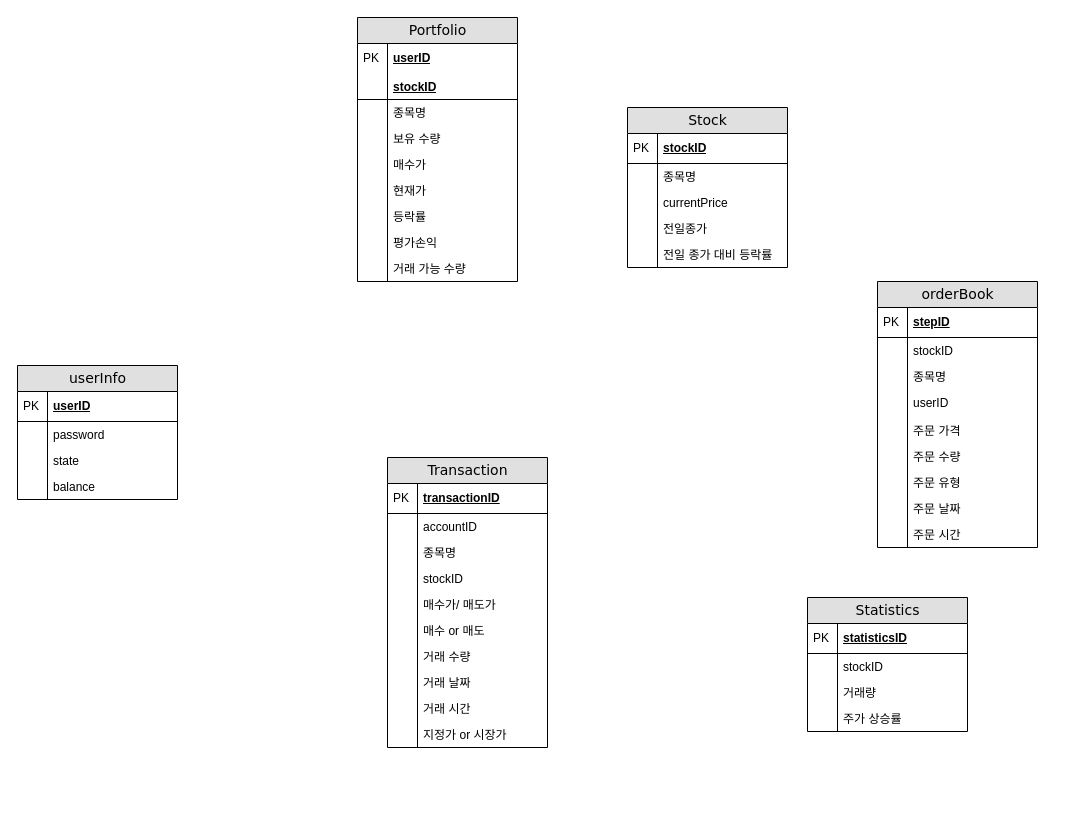
This is 제목 없는 다이어그램.drawio from juri1135/DBMS_2024, a draw.io file, before an edit. Source tidied: cells renumbered, new cells numbered last; positions are measured from the earlier drawing's top-left corner, leaving out a move shared by most shapes. Both pictures are drawn from the tidied source at 100%, with x=0, y=0 at pixel (17, 17).
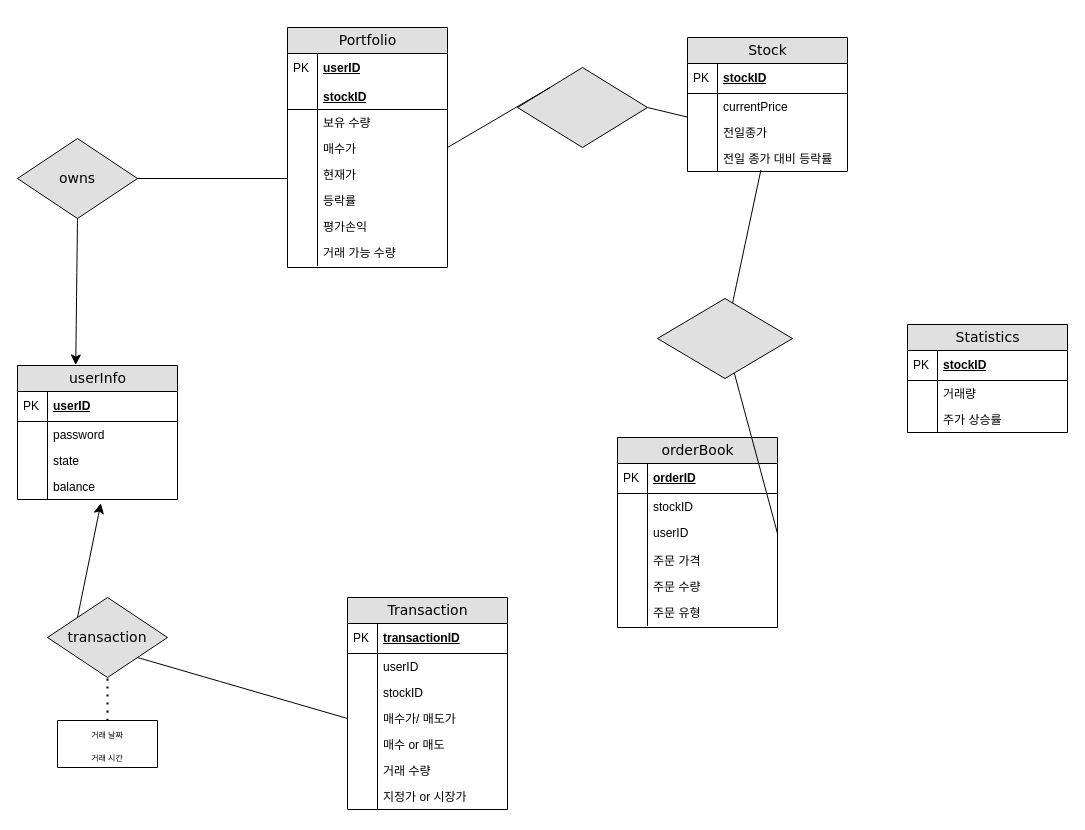
Above is the later version.

Commit message (it also covers changes not shown here):
제목 없는 다이어그램.drawio 업데이트

Unchanged cells that the change refers to:
```xml
<mxCell id="81" value="userInfo" style="swimlane;html=1;fontStyle=0;horizontal=1;startSize=26;fillColor=#e0e0e0;swimlaneFillColor=#ffffff;align=center;rounded=0;shadow=0;comic=0;labelBackgroundColor=none;strokeWidth=1;fontFamily=Verdana;fontSize=14;" parent="1" vertex="1">
  <mxGeometry y="348" width="160" height="134" as="geometry" />
</mxCell>
<mxCell id="88" value="balance" style="shape=partialRectangle;top=0;left=0;right=0;bottom=0;html=1;align=left;verticalAlign=top;fillColor=none;spacingLeft=34;spacingRight=4;whiteSpace=wrap;overflow=hidden;points=[[0,0.5],[1,0.5]];portConstraint=eastwest;" parent="81" vertex="1">
  <mxGeometry y="108" width="160" height="26" as="geometry" />
</mxCell>
```

Change to the diagram source:
```diff
@@
     <mxCell id="2" value="Portfolio" style="swimlane;html=1;fontStyle=0;horizontal=1;startSize=26;fillColor=#e0e0e0;swimlaneFillColor=#ffffff;align=center;rounded=0;shadow=0;comic=0;labelBackgroundColor=none;strokeWidth=1;fontFamily=Verdana;fontSize=14;" parent="1" vertex="1">
-      <mxGeometry x="340" width="160" height="264" as="geometry" />
+      <mxGeometry x="270" y="10" width="160" height="240" as="geometry" />
     </mxCell>
@@
-    <mxCell id="7" value="종목명" style="shape=partialRectangle;top=0;left=0;right=0;bottom=0;html=1;align=left;verticalAlign=top;fillColor=none;spacingLeft=34;spacingRight=4;whiteSpace=wrap;overflow=hidden;" parent="2" vertex="1">
-      <mxGeometry y="82" width="160" height="26" as="geometry" />
-    </mxCell>
-    <mxCell id="8" style="shape=partialRectangle;top=0;left=0;bottom=0;html=1;fillColor=none;align=left;verticalAlign=top;spacingLeft=4;spacingRight=4;whiteSpace=wrap;overflow=hidden;" parent="7" vertex="1">
-      <mxGeometry width="30" height="26" as="geometry" />
-    </mxCell>
     <mxCell id="9" value="보유 수량" style="shape=partialRectangle;top=0;left=0;right=0;bottom=0;html=1;align=left;verticalAlign=top;fillColor=none;spacingLeft=34;spacingRight=4;whiteSpace=wrap;overflow=hidden;" parent="2" vertex="1">
-      <mxGeometry y="108" width="160" height="26" as="geometry" />
+      <mxGeometry y="82" width="160" height="26" as="geometry" />
     </mxCell>
@@
     <mxCell id="11" value="매수가" style="shape=partialRectangle;top=0;left=0;right=0;bottom=0;html=1;align=left;verticalAlign=top;fillColor=none;spacingLeft=34;spacingRight=4;whiteSpace=wrap;overflow=hidden;" parent="2" vertex="1">
-      <mxGeometry y="134" width="160" height="26" as="geometry" />
+      <mxGeometry y="108" width="160" height="26" as="geometry" />
     </mxCell>
@@
     <mxCell id="13" value="현재가" style="shape=partialRectangle;top=0;left=0;right=0;bottom=0;html=1;align=left;verticalAlign=top;fillColor=none;spacingLeft=34;spacingRight=4;whiteSpace=wrap;overflow=hidden;" parent="2" vertex="1">
-      <mxGeometry y="160" width="160" height="26" as="geometry" />
+      <mxGeometry y="134" width="160" height="26" as="geometry" />
     </mxCell>
@@
     <mxCell id="15" value="등락률" style="shape=partialRectangle;top=0;left=0;right=0;bottom=0;html=1;align=left;verticalAlign=top;fillColor=none;spacingLeft=34;spacingRight=4;whiteSpace=wrap;overflow=hidden;" parent="2" vertex="1">
-      <mxGeometry y="186" width="160" height="26" as="geometry" />
+      <mxGeometry y="160" width="160" height="26" as="geometry" />
     </mxCell>
@@
     <mxCell id="17" value="평가손익" style="shape=partialRectangle;top=0;left=0;right=0;bottom=0;html=1;align=left;verticalAlign=top;fillColor=none;spacingLeft=34;spacingRight=4;whiteSpace=wrap;overflow=hidden;" parent="2" vertex="1">
-      <mxGeometry y="212" width="160" height="26" as="geometry" />
+      <mxGeometry y="186" width="160" height="26" as="geometry" />
     </mxCell>
@@
     <mxCell id="19" value="거래 가능 수량" style="shape=partialRectangle;top=0;left=0;right=0;bottom=0;html=1;align=left;verticalAlign=top;fillColor=none;spacingLeft=34;spacingRight=4;whiteSpace=wrap;overflow=hidden;" parent="2" vertex="1">
-      <mxGeometry y="238" width="160" height="26" as="geometry" />
+      <mxGeometry y="212" width="160" height="26" as="geometry" />
     </mxCell>
@@
     <mxCell id="21" value="Transaction" style="swimlane;html=1;fontStyle=0;horizontal=1;startSize=26;fillColor=#e0e0e0;swimlaneFillColor=#ffffff;align=center;rounded=0;shadow=0;comic=0;labelBackgroundColor=none;strokeWidth=1;fontFamily=Verdana;fontSize=14;" parent="1" vertex="1">
-      <mxGeometry x="370" y="440" width="160" height="290" as="geometry" />
+      <mxGeometry x="330" y="580" width="160" height="212" as="geometry" />
     </mxCell>
@@
-    <mxCell id="24" value="accountID" style="shape=partialRectangle;top=0;left=0;right=0;bottom=0;html=1;align=left;verticalAlign=top;fillColor=none;spacingLeft=34;spacingRight=4;whiteSpace=wrap;overflow=hidden;" parent="21" vertex="1">
+    <mxCell id="24" value="userID" style="shape=partialRectangle;top=0;left=0;right=0;bottom=0;html=1;align=left;verticalAlign=top;fillColor=none;spacingLeft=34;spacingRight=4;whiteSpace=wrap;overflow=hidden;" parent="21" vertex="1">
       <mxGeometry y="56" width="160" height="26" as="geometry" />
     </mxCell>
@@
-    <mxCell id="26" value="종목명" style="shape=partialRectangle;top=0;left=0;right=0;bottom=0;html=1;align=left;verticalAlign=top;fillColor=none;spacingLeft=34;spacingRight=4;whiteSpace=wrap;overflow=hidden;" parent="21" vertex="1">
-      <mxGeometry y="82" width="160" height="26" as="geometry" />
-    </mxCell>
-    <mxCell id="27" style="shape=partialRectangle;top=0;left=0;bottom=0;html=1;fillColor=none;align=left;verticalAlign=top;spacingLeft=4;spacingRight=4;whiteSpace=wrap;overflow=hidden;" parent="26" vertex="1">
-      <mxGeometry width="30" height="26" as="geometry" />
-    </mxCell>
     <mxCell id="28" value="stockID" style="shape=partialRectangle;top=0;left=0;right=0;bottom=0;html=1;align=left;verticalAlign=top;fillColor=none;spacingLeft=34;spacingRight=4;whiteSpace=wrap;overflow=hidden;" parent="21" vertex="1">
-      <mxGeometry y="108" width="160" height="26" as="geometry" />
+      <mxGeometry y="82" width="160" height="26" as="geometry" />
     </mxCell>
@@
     <mxCell id="30" value="매수가/ 매도가" style="shape=partialRectangle;top=0;left=0;right=0;bottom=0;html=1;align=left;verticalAlign=top;fillColor=none;spacingLeft=34;spacingRight=4;whiteSpace=wrap;overflow=hidden;points=[[0,0.5],[1,0.5]];portConstraint=eastwest;" parent="21" vertex="1">
-      <mxGeometry y="134" width="160" height="26" as="geometry" />
+      <mxGeometry y="108" width="160" height="26" as="geometry" />
     </mxCell>
@@
     <mxCell id="32" value="매수 or 매도" style="shape=partialRectangle;top=0;left=0;right=0;bottom=0;html=1;align=left;verticalAlign=top;fillColor=none;spacingLeft=34;spacingRight=4;whiteSpace=wrap;overflow=hidden;" parent="21" vertex="1">
-      <mxGeometry y="160" width="160" height="26" as="geometry" />
+      <mxGeometry y="134" width="160" height="26" as="geometry" />
     </mxCell>
@@
     <mxCell id="34" value="거래 수량" style="shape=partialRectangle;top=0;left=0;right=0;bottom=0;html=1;align=left;verticalAlign=top;fillColor=none;spacingLeft=34;spacingRight=4;whiteSpace=wrap;overflow=hidden;" parent="21" vertex="1">
-      <mxGeometry y="186" width="160" height="26" as="geometry" />
+      <mxGeometry y="160" width="160" height="26" as="geometry" />
     </mxCell>
@@
-    <mxCell id="36" value="거래 날짜" style="shape=partialRectangle;top=0;left=0;right=0;bottom=0;html=1;align=left;verticalAlign=top;fillColor=none;spacingLeft=34;spacingRight=4;whiteSpace=wrap;overflow=hidden;points=[[0,0.5],[1,0.5]];portConstraint=eastwest;" parent="21" vertex="1">
-      <mxGeometry y="212" width="160" height="26" as="geometry" />
-    </mxCell>
-    <mxCell id="37" style="shape=partialRectangle;top=0;left=0;bottom=0;html=1;fillColor=none;align=left;verticalAlign=top;spacingLeft=4;spacingRight=4;whiteSpace=wrap;overflow=hidden;" parent="36" vertex="1">
-      <mxGeometry width="30" height="26" as="geometry" />
-    </mxCell>
-    <mxCell id="38" value="거래 시간" style="shape=partialRectangle;top=0;left=0;right=0;bottom=0;html=1;align=left;verticalAlign=top;fillColor=none;spacingLeft=34;spacingRight=4;whiteSpace=wrap;overflow=hidden;" parent="21" vertex="1">
-      <mxGeometry y="238" width="160" height="26" as="geometry" />
-    </mxCell>
-    <mxCell id="39" style="shape=partialRectangle;top=0;left=0;bottom=0;html=1;fillColor=none;align=left;verticalAlign=top;spacingLeft=4;spacingRight=4;whiteSpace=wrap;overflow=hidden;" parent="38" vertex="1">
-      <mxGeometry width="30" height="26" as="geometry" />
-    </mxCell>
     <mxCell id="40" value="지정가 or 시장가" style="shape=partialRectangle;top=0;left=0;right=0;bottom=0;html=1;align=left;verticalAlign=top;fillColor=none;spacingLeft=34;spacingRight=4;whiteSpace=wrap;overflow=hidden;" parent="21" vertex="1">
-      <mxGeometry y="264" width="160" height="26" as="geometry" />
+      <mxGeometry y="186" width="160" height="26" as="geometry" />
     </mxCell>
@@
     <mxCell id="42" value="orderBook" style="swimlane;html=1;fontStyle=0;horizontal=1;startSize=26;fillColor=#e0e0e0;swimlaneFillColor=#ffffff;align=center;rounded=0;shadow=0;comic=0;labelBackgroundColor=none;strokeWidth=1;fontFamily=Verdana;fontSize=14;" parent="1" vertex="1">
-      <mxGeometry x="860" y="264" width="160" height="266" as="geometry" />
+      <mxGeometry x="600" y="420" width="160" height="190" as="geometry" />
     </mxCell>
-    <mxCell id="43" value="stepID" style="shape=partialRectangle;top=0;left=0;right=0;bottom=1;html=1;align=left;verticalAlign=middle;fillColor=none;spacingLeft=34;spacingRight=4;whiteSpace=wrap;overflow=hidden;fontStyle=5;" parent="42" vertex="1">
+    <mxCell id="43" value="orderID" style="shape=partialRectangle;top=0;left=0;right=0;bottom=1;html=1;align=left;verticalAlign=middle;fillColor=none;spacingLeft=34;spacingRight=4;whiteSpace=wrap;overflow=hidden;fontStyle=5;" parent="42" vertex="1">
       <mxGeometry y="26" width="160" height="30" as="geometry" />
     </mxCell>
@@
-    <mxCell id="47" value="종목명" style="shape=partialRectangle;top=0;left=0;right=0;bottom=0;html=1;align=left;verticalAlign=top;fillColor=none;spacingLeft=34;spacingRight=4;whiteSpace=wrap;overflow=hidden;" parent="42" vertex="1">
-      <mxGeometry y="82" width="160" height="26" as="geometry" />
-    </mxCell>
-    <mxCell id="48" style="shape=partialRectangle;top=0;left=0;bottom=0;html=1;fillColor=none;align=left;verticalAlign=top;spacingLeft=4;spacingRight=4;whiteSpace=wrap;overflow=hidden;" parent="47" vertex="1">
-      <mxGeometry width="30" height="26" as="geometry" />
-    </mxCell>
     <mxCell id="49" value="userID" style="shape=partialRectangle;top=0;left=0;right=0;bottom=0;html=1;align=left;verticalAlign=top;fillColor=none;spacingLeft=34;spacingRight=4;whiteSpace=wrap;overflow=hidden;points=[[0,0.5],[1,0.5]];portConstraint=eastwest;" parent="42" vertex="1">
-      <mxGeometry y="108" width="160" height="28" as="geometry" />
+      <mxGeometry y="82" width="160" height="28" as="geometry" />
     </mxCell>
@@
     <mxCell id="51" value="주문 가격" style="shape=partialRectangle;top=0;left=0;right=0;bottom=0;html=1;align=left;verticalAlign=top;fillColor=none;spacingLeft=34;spacingRight=4;whiteSpace=wrap;overflow=hidden;" parent="42" vertex="1">
-      <mxGeometry y="136" width="160" height="26" as="geometry" />
+      <mxGeometry y="110" width="160" height="26" as="geometry" />
     </mxCell>
@@
     <mxCell id="53" value="주문 수량" style="shape=partialRectangle;top=0;left=0;right=0;bottom=0;html=1;align=left;verticalAlign=top;fillColor=none;spacingLeft=34;spacingRight=4;whiteSpace=wrap;overflow=hidden;" parent="42" vertex="1">
-      <mxGeometry y="162" width="160" height="26" as="geometry" />
+      <mxGeometry y="136" width="160" height="26" as="geometry" />
     </mxCell>
@@
     <mxCell id="55" value="주문 유형" style="shape=partialRectangle;top=0;left=0;right=0;bottom=0;html=1;align=left;verticalAlign=top;fillColor=none;spacingLeft=34;spacingRight=4;whiteSpace=wrap;overflow=hidden;" parent="42" vertex="1">
-      <mxGeometry y="188" width="160" height="26" as="geometry" />
+      <mxGeometry y="162" width="160" height="26" as="geometry" />
     </mxCell>
@@
-    <mxCell id="57" value="주문 날짜" style="shape=partialRectangle;top=0;left=0;right=0;bottom=0;html=1;align=left;verticalAlign=top;fillColor=none;spacingLeft=34;spacingRight=4;whiteSpace=wrap;overflow=hidden;" parent="42" vertex="1">
-      <mxGeometry y="214" width="160" height="26" as="geometry" />
-    </mxCell>
-    <mxCell id="58" style="shape=partialRectangle;top=0;left=0;bottom=0;html=1;fillColor=none;align=left;verticalAlign=top;spacingLeft=4;spacingRight=4;whiteSpace=wrap;overflow=hidden;" parent="57" vertex="1">
-      <mxGeometry width="30" height="26" as="geometry" />
-    </mxCell>
-    <mxCell id="59" value="주문 시간" style="shape=partialRectangle;top=0;left=0;right=0;bottom=0;html=1;align=left;verticalAlign=top;fillColor=none;spacingLeft=34;spacingRight=4;whiteSpace=wrap;overflow=hidden;" parent="42" vertex="1">
-      <mxGeometry y="240" width="160" height="26" as="geometry" />
-    </mxCell>
-    <mxCell id="60" style="shape=partialRectangle;top=0;left=0;bottom=0;html=1;fillColor=none;align=left;verticalAlign=top;spacingLeft=4;spacingRight=4;whiteSpace=wrap;overflow=hidden;" parent="59" vertex="1">
-      <mxGeometry width="30" height="26" as="geometry" />
-    </mxCell>
     <mxCell id="61" value="Stock" style="swimlane;html=1;fontStyle=0;horizontal=1;startSize=26;fillColor=#e0e0e0;swimlaneFillColor=#ffffff;align=center;rounded=0;shadow=0;comic=0;labelBackgroundColor=none;strokeWidth=1;fontFamily=Verdana;fontSize=14;" parent="1" vertex="1">
-      <mxGeometry x="610" y="90" width="160" height="160" as="geometry" />
+      <mxGeometry x="670" y="20" width="160" height="134" as="geometry" />
     </mxCell>
@@
-    <mxCell id="64" value="종목명" style="shape=partialRectangle;top=0;left=0;right=0;bottom=0;html=1;align=left;verticalAlign=top;fillColor=none;spacingLeft=34;spacingRight=4;whiteSpace=wrap;overflow=hidden;" parent="61" vertex="1">
-      <mxGeometry y="56" width="160" height="26" as="geometry" />
-    </mxCell>
-    <mxCell id="65" style="shape=partialRectangle;top=0;left=0;bottom=0;html=1;fillColor=none;align=left;verticalAlign=top;spacingLeft=4;spacingRight=4;whiteSpace=wrap;overflow=hidden;" parent="64" vertex="1">
-      <mxGeometry width="30" height="26" as="geometry" />
-    </mxCell>
     <mxCell id="66" value="currentPrice" style="shape=partialRectangle;top=0;left=0;right=0;bottom=0;html=1;align=left;verticalAlign=top;fillColor=none;spacingLeft=34;spacingRight=4;whiteSpace=wrap;overflow=hidden;" parent="61" vertex="1">
-      <mxGeometry y="82" width="160" height="26" as="geometry" />
+      <mxGeometry y="56" width="160" height="26" as="geometry" />
     </mxCell>
@@
     <mxCell id="68" value="전일종가" style="shape=partialRectangle;top=0;left=0;right=0;bottom=0;html=1;align=left;verticalAlign=top;fillColor=none;spacingLeft=34;spacingRight=4;whiteSpace=wrap;overflow=hidden;" parent="61" vertex="1">
-      <mxGeometry y="108" width="160" height="26" as="geometry" />
+      <mxGeometry y="82" width="160" height="26" as="geometry" />
     </mxCell>
@@
     <mxCell id="70" value="전일 종가 대비 등락률" style="shape=partialRectangle;top=0;left=0;right=0;bottom=0;html=1;align=left;verticalAlign=top;fillColor=none;spacingLeft=34;spacingRight=4;whiteSpace=wrap;overflow=hidden;points=[[0,0.5],[1,0.5]];portConstraint=eastwest;" parent="61" vertex="1">
-      <mxGeometry y="134" width="160" height="26" as="geometry" />
+      <mxGeometry y="108" width="160" height="26" as="geometry" />
     </mxCell>
@@
     <mxCell id="72" value="Statistics" style="swimlane;html=1;fontStyle=0;horizontal=1;startSize=26;fillColor=#e0e0e0;swimlaneFillColor=#ffffff;align=center;rounded=0;shadow=0;comic=0;labelBackgroundColor=none;strokeWidth=1;fontFamily=Verdana;fontSize=14;" parent="1" vertex="1">
-      <mxGeometry x="790" y="580" width="160" height="134" as="geometry" />
+      <mxGeometry x="890" y="307" width="160" height="108" as="geometry" />
     </mxCell>
-    <mxCell id="73" value="statisticsID" style="shape=partialRectangle;top=0;left=0;right=0;bottom=1;html=1;align=left;verticalAlign=middle;fillColor=none;spacingLeft=34;spacingRight=4;whiteSpace=wrap;overflow=hidden;fontStyle=5;" parent="72" vertex="1">
+    <mxCell id="73" value="stockID" style="shape=partialRectangle;top=0;left=0;right=0;bottom=1;html=1;align=left;verticalAlign=middle;fillColor=none;spacingLeft=34;spacingRight=4;whiteSpace=wrap;overflow=hidden;fontStyle=5;" parent="72" vertex="1">
       <mxGeometry y="26" width="160" height="30" as="geometry" />
     </mxCell>
@@
-    <mxCell id="75" value="stockID" style="shape=partialRectangle;top=0;left=0;right=0;bottom=0;html=1;align=left;verticalAlign=top;fillColor=none;spacingLeft=34;spacingRight=4;whiteSpace=wrap;overflow=hidden;" parent="72" vertex="1">
-      <mxGeometry y="56" width="160" height="26" as="geometry" />
-    </mxCell>
-    <mxCell id="76" style="shape=partialRectangle;top=0;left=0;bottom=0;html=1;fillColor=none;align=left;verticalAlign=top;spacingLeft=4;spacingRight=4;whiteSpace=wrap;overflow=hidden;" parent="75" vertex="1">
-      <mxGeometry width="30" height="26" as="geometry" />
-    </mxCell>
     <mxCell id="77" value="거래량" style="shape=partialRectangle;top=0;left=0;right=0;bottom=0;html=1;align=left;verticalAlign=top;fillColor=none;spacingLeft=34;spacingRight=4;whiteSpace=wrap;overflow=hidden;" parent="72" vertex="1">
-      <mxGeometry y="82" width="160" height="26" as="geometry" />
+      <mxGeometry y="56" width="160" height="26" as="geometry" />
     </mxCell>
@@
     <mxCell id="79" value="주가 상승률" style="shape=partialRectangle;top=0;left=0;right=0;bottom=0;html=1;align=left;verticalAlign=top;fillColor=none;spacingLeft=34;spacingRight=4;whiteSpace=wrap;overflow=hidden;" parent="72" vertex="1">
-      <mxGeometry y="108" width="160" height="26" as="geometry" />
+      <mxGeometry y="82" width="160" height="26" as="geometry" />
     </mxCell>
@@
+    <mxCell id="90" style="edgeStyle=none;curved=1;rounded=0;jettySize=auto;html=1;exitX=0.5;exitY=1;exitDx=0;exitDy=0;fontSize=12;startSize=8;endSize=8;entryX=0.364;entryY=-0.004;entryDx=0;entryDy=0;entryPerimeter=0;" parent="1" edge="1" source="91" target="81">
+      <mxGeometry relative="1" as="geometry" />
+    </mxCell>
+    <mxCell id="91" value="owns" style="rhombus;whiteSpace=wrap;html=1;fontSize=14;fontFamily=Verdana;fillColor=#e0e0e0;fontStyle=0;startSize=26;swimlaneFillColor=#ffffff;rounded=0;shadow=0;comic=0;labelBackgroundColor=none;strokeWidth=1;" parent="1" vertex="1">
+      <mxGeometry y="121" width="120" height="80" as="geometry" />
+    </mxCell>
+    <mxCell id="92" style="line;strokeWidth=1;dashed=0;labelPosition=right;align=left;verticalAlign=middle;spacingTop=0;spacingLeft=6;" parent="1" vertex="1">
+      <mxGeometry x="120" y="156" width="150" height="10" as="geometry" />
+    </mxCell>
+    <mxCell id="93" style="rhombus;whiteSpace=wrap;html=1;fontSize=14;fontFamily=Verdana;fillColor=#e0e0e0;fontStyle=0;startSize=26;swimlaneFillColor=#ffffff;rounded=0;shadow=0;comic=0;labelBackgroundColor=none;strokeWidth=1;" parent="1" vertex="1">
+      <mxGeometry x="500" y="50" width="130" height="80" as="geometry" />
+    </mxCell>
+    <mxCell id="94" style="endArrow=none;html=1;rounded=0;fontSize=12;startSize=8;endSize=8;curved=1;entryX=0;entryY=0;entryDx=0;entryDy=0;" parent="1" edge="1" target="93">
+      <mxGeometry relative="1" as="geometry">
+        <mxPoint x="430" y="130" as="sourcePoint" />
+      </mxGeometry>
+    </mxCell>
+    <mxCell id="95" style="endArrow=none;html=1;rounded=0;fontSize=12;startSize=8;endSize=8;curved=1;entryX=-0.015;entryY=0.941;entryDx=0;entryDy=0;entryPerimeter=0;exitX=1;exitY=0.5;exitDx=0;exitDy=0;" parent="1" edge="1" source="93">
+      <mxGeometry relative="1" as="geometry">
+        <mxPoint x="669.6" y="99.5" as="targetPoint" />
+      </mxGeometry>
+    </mxCell>
+    <mxCell id="96" value="transaction" style="rhombus;whiteSpace=wrap;html=1;fontSize=14;fontFamily=Verdana;fillColor=#e0e0e0;fontStyle=0;startSize=26;swimlaneFillColor=#ffffff;rounded=0;shadow=0;comic=0;labelBackgroundColor=none;strokeWidth=1;" parent="1" vertex="1">
+      <mxGeometry x="30" y="580" width="120" height="80" as="geometry" />
+    </mxCell>
+    <mxCell id="97" style="edgeStyle=none;curved=1;rounded=0;jettySize=auto;html=1;exitX=0;exitY=0;exitDx=0;exitDy=0;entryX=0.521;entryY=1.142;entryDx=0;entryDy=0;entryPerimeter=0;fontSize=12;startSize=8;endSize=8;" parent="1" edge="1" source="96" target="88">
+      <mxGeometry relative="1" as="geometry" />
+    </mxCell>
+    <mxCell id="98" style="endArrow=none;html=1;rounded=0;fontSize=12;startSize=8;endSize=8;curved=1;entryX=0;entryY=0.5;entryDx=0;entryDy=0;exitX=1;exitY=1;exitDx=0;exitDy=0;" parent="1" edge="1" source="96" target="30">
+      <mxGeometry relative="1" as="geometry" />
+    </mxCell>
+    <mxCell id="99" style="swimlane;startSize=0;" parent="1" vertex="1">
+      <mxGeometry x="40" y="703" width="100" height="47" as="geometry" />
+    </mxCell>
+    <mxCell id="36" value="&lt;font style=&quot;font-size: 8px;&quot;&gt;거래 날짜&lt;/font&gt;" style="text;html=1;align=center;verticalAlign=middle;whiteSpace=wrap;rounded=0;fontSize=16;" parent="99" vertex="1">
+      <mxGeometry width="100" height="23" as="geometry" />
+    </mxCell>
+    <mxCell id="38" value="&lt;font style=&quot;font-size: 8px;&quot;&gt;거래 시간&lt;/font&gt;" style="text;html=1;align=center;verticalAlign=middle;whiteSpace=wrap;rounded=0;fontSize=16;" parent="99" vertex="1">
+      <mxGeometry y="23" width="100" height="23" as="geometry" />
+    </mxCell>
+    <mxCell id="100" style="endArrow=none;dashed=1;html=1;dashPattern=1 3;strokeWidth=2;rounded=0;fontSize=12;startSize=8;endSize=8;curved=1;exitX=0.5;exitY=0;exitDx=0;exitDy=0;entryX=0.5;entryY=1;entryDx=0;entryDy=0;" parent="1" edge="1" source="36" target="96">
+      <mxGeometry relative="1" as="geometry" />
+    </mxCell>
+    <mxCell id="101" style="rhombus;whiteSpace=wrap;html=1;fontSize=14;fontFamily=Verdana;fillColor=#e0e0e0;fontStyle=0;startSize=26;swimlaneFillColor=#ffffff;rounded=0;shadow=0;comic=0;labelBackgroundColor=none;strokeWidth=1;" parent="1" vertex="1">
+      <mxGeometry x="640" y="281" width="135" height="80" as="geometry" />
+    </mxCell>
+    <mxCell id="102" style="endArrow=none;html=1;rounded=0;fontSize=12;startSize=8;endSize=8;curved=1;exitX=1;exitY=0.5;exitDx=0;exitDy=0;" parent="1" edge="1" source="49" target="101">
+      <mxGeometry relative="1" as="geometry" />
+    </mxCell>
+    <mxCell id="103" style="endArrow=none;html=1;rounded=0;fontSize=12;startSize=8;endSize=8;curved=1;entryX=0.459;entryY=0.936;entryDx=0;entryDy=0;entryPerimeter=0;" parent="1" edge="1" source="101" target="70">
+      <mxGeometry relative="1" as="geometry" />
+    </mxCell>
```
